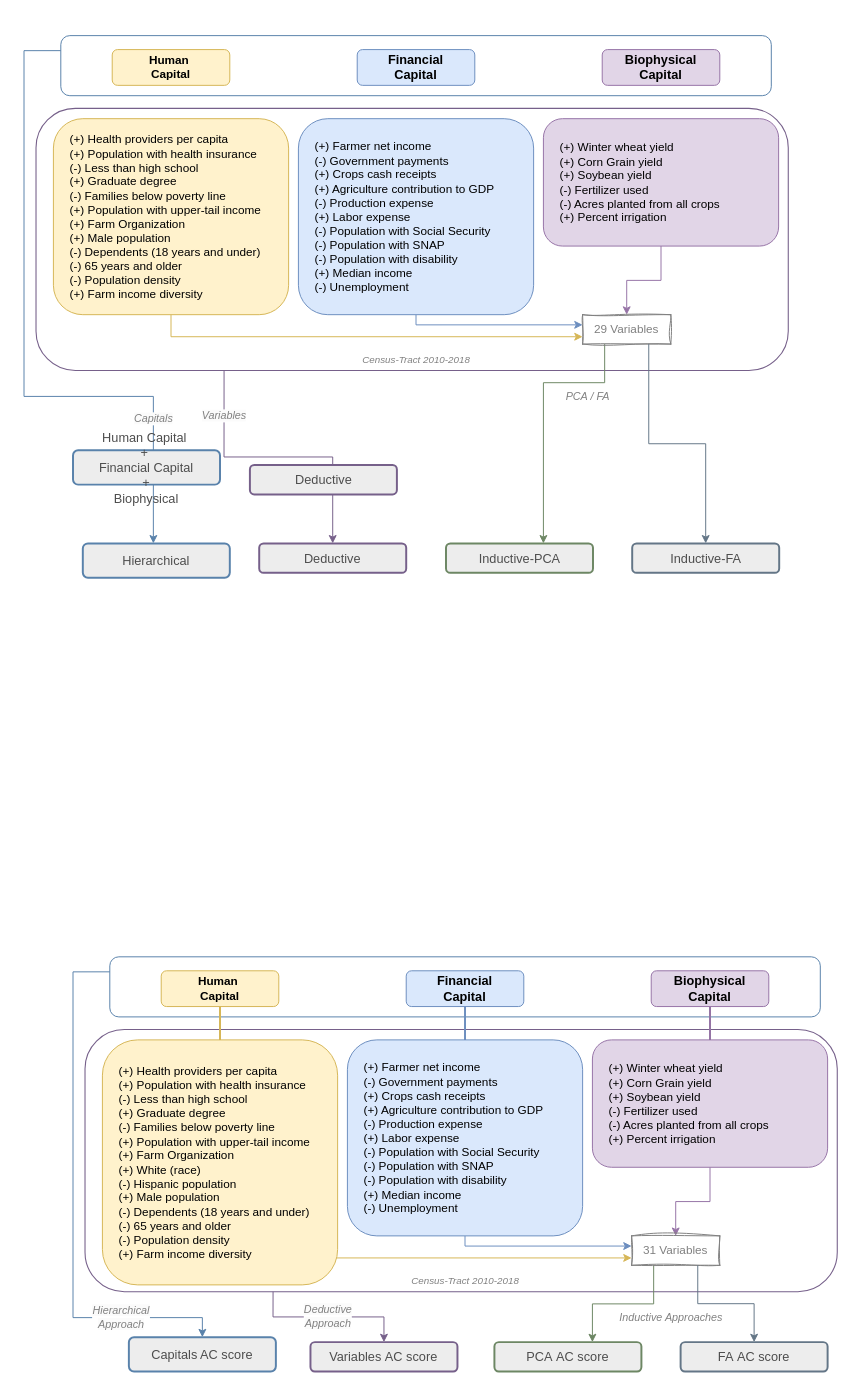
dealchre/gradDrawio keeps this draw.io diagram as ACIndicatorSelectionFrameworkSummer2024.drawio. Above is the earlier version. Source tidied: cells renumbered, new cells numbered last; positions are measured from the earlier drawing's top-left corner, leaving out a move shared by most shapes. Both pictures are drawn from the tidied source at 98%, with x=0, y=0 at pixel (24, -290).
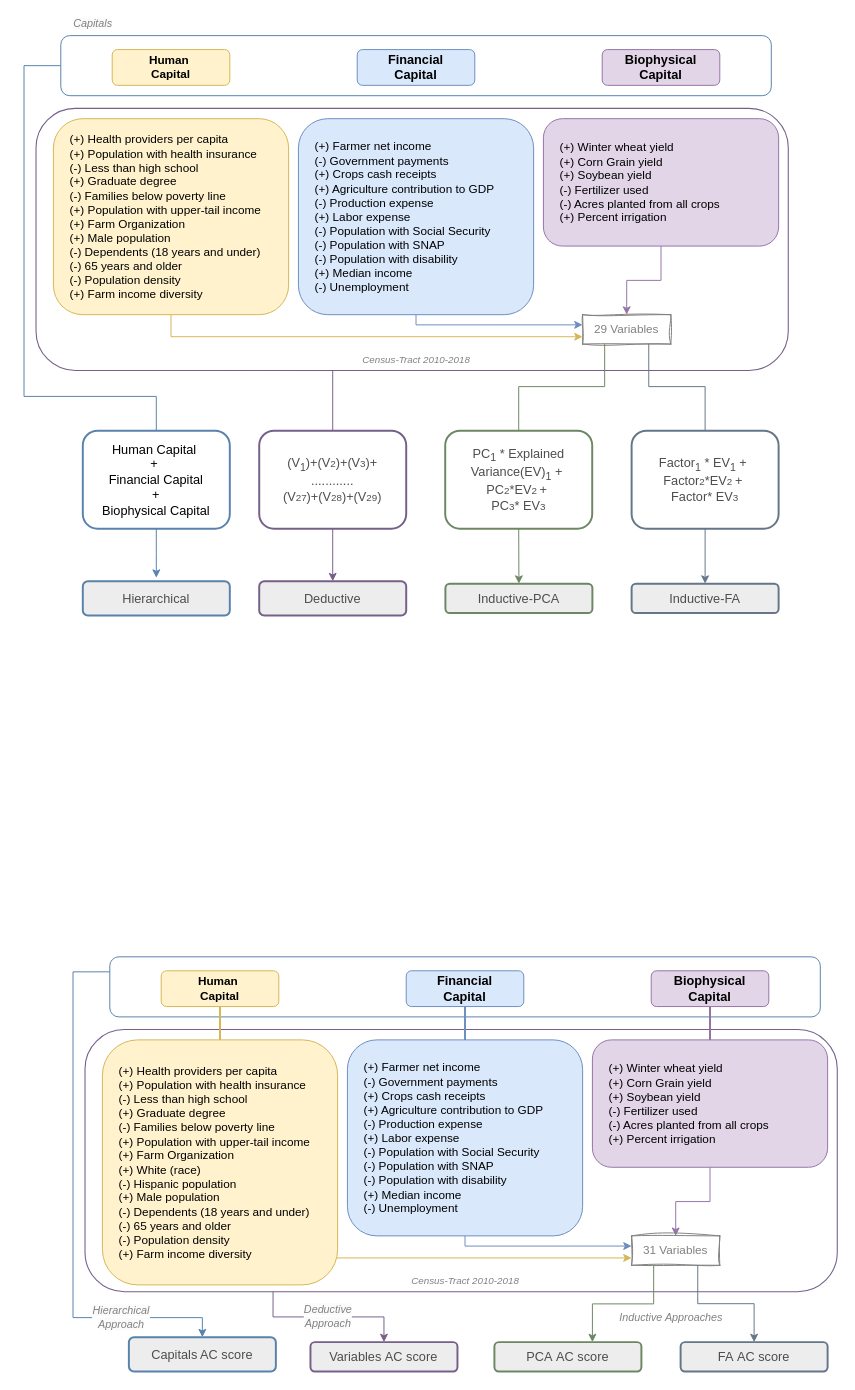
The same diagram, later.

The change refers to these unchanged cells:
```xml
<mxCell id="6" style="rounded=1;whiteSpace=wrap;html=1;fontSize=13;labelBorderColor=default;labelBackgroundColor=none;fillColor=none;strokeColor=#76608A;rotation=90;fontColor=#333333;strokeWidth=1.1;" parent="1" vertex="1">
  <mxGeometry x="262.3" y="156" width="267.5" height="767.6" as="geometry" />
</mxCell>
<mxCell id="12" style="rounded=1;whiteSpace=wrap;html=1;labelBackgroundColor=none;labelBorderColor=default;strokeColor=#5982AB;fontSize=13;fillColor=none;gradientColor=default;rotation=90;" parent="1" vertex="1">
  <mxGeometry x="369.4" width="61.3" height="725" as="geometry" />
</mxCell>
<mxCell id="19" value="&lt;font color=&quot;#808080&quot;&gt;29 Variables&lt;/font&gt;" style="text;html=1;strokeColor=#808080;fillColor=none;align=center;verticalAlign=middle;whiteSpace=wrap;rounded=0;glass=0;sketch=1;curveFitting=1;jiggle=2;shadow=0;" parent="1" vertex="1">
  <mxGeometry x="570" y="616.6" width="90" height="30" as="geometry" />
</mxCell>
```

The edit, as a diff of the source:
```diff
@@
     <mxCell id="2" value="&lt;font style=&quot;font-size: 13px;&quot;&gt;Hierarchical&lt;/font&gt;" style="text;html=1;strokeColor=#5982AB;fillColor=#EDEDED;align=center;verticalAlign=middle;whiteSpace=wrap;rounded=1;fontSize=12;fontColor=#4D4D4D;fontFamily=Helvetica;labelBorderColor=none;labelBackgroundColor=none;strokeWidth=2;" parent="1" vertex="1">
-      <mxGeometry x="60" y="850" width="150" height="35" as="geometry" />
+      <mxGeometry x="60" y="888.6" width="150" height="35" as="geometry" />
     </mxCell>
     <mxCell id="3" value="&lt;span style=&quot;font-size: 13px;&quot;&gt;Inductive-PCA&lt;/span&gt;" style="text;html=1;strokeColor=#6D8764;fillColor=#EDEDED;align=center;verticalAlign=middle;whiteSpace=wrap;rounded=1;glass=0;shadow=0;fontColor=#4D4D4D;strokeWidth=2;" parent="1" vertex="1">
-      <mxGeometry x="430.6" y="850" width="150" height="30" as="geometry" />
+      <mxGeometry x="430" y="891.1" width="150" height="30" as="geometry" />
     </mxCell>
     <mxCell id="4" value="&lt;span style=&quot;font-size: 13px;&quot;&gt;Inductive-FA&lt;/span&gt;" style="text;html=1;strokeColor=#647687;fillColor=#EDEDED;align=center;verticalAlign=middle;whiteSpace=wrap;rounded=1;glass=0;shadow=0;fontColor=#4D4D4D;strokeWidth=2;" parent="1" vertex="1">
-      <mxGeometry x="620.6" y="850" width="150" height="30" as="geometry" />
+      <mxGeometry x="620" y="891.1" width="150" height="30" as="geometry" />
     </mxCell>
-    <mxCell id="5" value="&lt;span style=&quot;font-family: Helvetica; font-variant-ligatures: normal; font-variant-caps: normal; font-weight: 400; letter-spacing: normal; orphans: 2; text-align: center; text-indent: 0px; text-transform: none; widows: 2; word-spacing: 0px; -webkit-text-stroke-width: 0px; white-space: normal; background-color: rgb(251, 251, 251); text-decoration-thickness: initial; text-decoration-style: initial; text-decoration-color: initial; float: none; display: inline !important;&quot;&gt;&lt;font style=&quot;font-size: 11px;&quot;&gt;&lt;i&gt;Variables&lt;/i&gt;&lt;/font&gt;&lt;/span&gt;" style="edgeStyle=orthogonalEdgeStyle;rounded=0;jettySize=auto;html=1;exitX=1;exitY=0.75;exitDx=0;exitDy=0;entryX=0.5;entryY=0;entryDx=0;entryDy=0;strokeColor=#76608A;fontColor=#808080;" parent="1" edge="1" source="6" target="21">
-      <mxGeometry x="-0.68" relative="1" as="geometry" />
+    <mxCell id="5" style="edgeStyle=orthogonalEdgeStyle;rounded=0;jettySize=auto;html=1;exitX=1;exitY=0.75;exitDx=0;exitDy=0;entryX=0.5;entryY=0;entryDx=0;entryDy=0;strokeColor=#76608A;fontColor=#808080;endArrow=none;endFill=0;" parent="1" edge="1" source="6" target="48">
+      <mxGeometry x="-1" y="-49" relative="1" as="geometry">
+        <Array as="points">
+          <mxPoint x="315" y="674" />
+        </Array>
+        <mxPoint x="-14" y="-3" as="offset" />
+      </mxGeometry>
     </mxCell>
@@
-    <mxCell id="11" value="&lt;i style=&quot;forced-color-adjust: none; font-family: Helvetica; font-variant-ligatures: normal; font-variant-caps: normal; font-weight: 400; letter-spacing: normal; orphans: 2; text-align: center; text-indent: 0px; text-transform: none; widows: 2; word-spacing: 0px; -webkit-text-stroke-width: 0px; white-space: normal; background-color: rgb(251, 251, 251); text-decoration-thickness: initial; text-decoration-style: initial; text-decoration-color: initial;&quot;&gt;Capitals&lt;/i&gt;" style="edgeStyle=orthogonalEdgeStyle;rounded=0;jettySize=auto;html=1;exitX=0.25;exitY=1;exitDx=0;exitDy=0;strokeColor=#5982AB;fontColor=#808080;" parent="1" edge="1" source="12" target="2">
-      <mxGeometry x="0.62" relative="1" as="geometry">
+    <mxCell id="11" value="&lt;i style=&quot;forced-color-adjust: none; font-family: Helvetica; font-variant-ligatures: normal; font-variant-caps: normal; font-weight: 400; letter-spacing: normal; orphans: 2; text-align: center; text-indent: 0px; text-transform: none; widows: 2; word-spacing: 0px; -webkit-text-stroke-width: 0px; white-space: normal; background-color: rgb(251, 251, 251); text-decoration-thickness: initial; text-decoration-style: initial; text-decoration-color: initial;&quot;&gt;Capitals&lt;/i&gt;" style="edgeStyle=orthogonalEdgeStyle;rounded=0;jettySize=auto;html=1;exitX=0.5;exitY=1;exitDx=0;exitDy=0;strokeColor=#5982AB;fontColor=#808080;entryX=0.5;entryY=0;entryDx=0;entryDy=0;endArrow=none;endFill=0;" parent="1" edge="1" source="12" target="47">
+      <mxGeometry x="-1" y="-54" relative="1" as="geometry">
         <Array as="points">
-          <mxPoint y="347" />
+          <mxPoint y="363" />
           <mxPoint y="700" />
-          <mxPoint x="132" y="700" />
+          <mxPoint x="135" y="700" />
         </Array>
+        <mxPoint x="32" y="11" as="offset" />
       </mxGeometry>
     </mxCell>
@@
-    <mxCell id="18" value="&lt;i&gt;PCA / FA&lt;/i&gt;" style="edgeStyle=orthogonalEdgeStyle;rounded=0;jettySize=auto;html=1;exitX=0.25;exitY=1;exitDx=0;exitDy=0;fontColor=#808080;strokeColor=#6D8764;" parent="1" edge="1" source="19" target="3">
+    <mxCell id="18" style="edgeStyle=orthogonalEdgeStyle;rounded=0;jettySize=auto;html=1;exitX=0.25;exitY=1;exitDx=0;exitDy=0;fontColor=#808080;strokeColor=#6D8764;entryX=0.5;entryY=0;entryDx=0;entryDy=0;endArrow=none;endFill=0;" parent="1" edge="1" source="19" target="51">
       <mxGeometry x="-0.44" y="22" relative="1" as="geometry">
         <Array as="points">
-          <mxPoint x="593" y="686" />
-          <mxPoint x="530" y="686" />
+          <mxPoint x="593" y="690" />
+          <mxPoint x="505" y="690" />
         </Array>
         <mxPoint x="17" y="-8" as="offset" />
       </mxGeometry>
     </mxCell>
@@
     <mxCell id="21" value="&lt;font style=&quot;font-size: 13px;&quot;&gt;Deductive&lt;/font&gt;" style="text;html=1;strokeColor=#76608A;fillColor=#EDEDED;align=center;verticalAlign=middle;whiteSpace=wrap;rounded=1;fontSize=12;fontColor=#4D4D4D;strokeWidth=2;labelBorderColor=none;labelBackgroundColor=none;" parent="1" vertex="1">
-      <mxGeometry x="240" y="850" width="150" height="30" as="geometry" />
+      <mxGeometry x="240" y="888.6" width="150" height="35" as="geometry" />
     </mxCell>
-    <mxCell id="22" style="edgeStyle=orthogonalEdgeStyle;rounded=0;jettySize=auto;html=1;exitX=0.75;exitY=1;exitDx=0;exitDy=0;entryX=0.5;entryY=0;entryDx=0;entryDy=0;strokeColor=#647687;" parent="1" edge="1" source="19" target="4">
-      <mxGeometry relative="1" as="geometry" />
+    <mxCell id="22" style="edgeStyle=orthogonalEdgeStyle;rounded=0;jettySize=auto;html=1;exitX=0.75;exitY=1;exitDx=0;exitDy=0;strokeColor=#647687;" parent="1" edge="1" source="19">
+      <mxGeometry relative="1" as="geometry">
+        <mxPoint x="695" y="786" as="targetPoint" />
+        <Array as="points">
+          <mxPoint x="637" y="690" />
+          <mxPoint x="695" y="690" />
+        </Array>
+      </mxGeometry>
     </mxCell>
@@
+    <mxCell id="49" style="edgeStyle=orthogonalEdgeStyle;rounded=0;jettySize=auto;html=1;exitX=0.5;exitY=1;exitDx=0;exitDy=0;strokeColor=light-dark(#5982ad, #ededed);" parent="1" edge="1" source="47">
+      <mxGeometry relative="1" as="geometry">
+        <mxPoint x="135" y="885" as="targetPoint" />
+      </mxGeometry>
+    </mxCell>
-    <mxCell id="47" value="&lt;font style=&quot;font-size: 13px;&quot;&gt;Human Capital&amp;nbsp;&lt;/font&gt;&lt;div&gt;&lt;font style=&quot;font-size: 13px;&quot;&gt;+&amp;nbsp;&lt;/font&gt;&lt;/div&gt;&lt;div&gt;&lt;font style=&quot;font-size: 13px;&quot;&gt;Financial Capital&lt;/font&gt;&lt;/div&gt;&lt;div&gt;&lt;font style=&quot;font-size: 13px;&quot;&gt;+&lt;/font&gt;&lt;/div&gt;&lt;div&gt;&lt;font style=&quot;font-size: 13px;&quot;&gt;Biophysical&lt;/font&gt;&lt;/div&gt;" style="text;html=1;strokeColor=#5982AB;fillColor=#EDEDED;align=center;verticalAlign=middle;whiteSpace=wrap;rounded=1;fontSize=12;fontColor=#4D4D4D;fontFamily=Helvetica;labelBorderColor=none;labelBackgroundColor=none;strokeWidth=2;" parent="1" vertex="1">
-      <mxGeometry x="50" y="755" width="150" height="35" as="geometry" />
+    <mxCell id="47" value="&lt;font style=&quot;font-size: 13px;&quot;&gt;Human Capital&amp;nbsp;&lt;/font&gt;&lt;div&gt;&lt;font style=&quot;font-size: 13px;&quot;&gt;+&amp;nbsp;&lt;/font&gt;&lt;/div&gt;&lt;div&gt;&lt;font style=&quot;font-size: 13px;&quot;&gt;Financial Capital&lt;/font&gt;&lt;/div&gt;&lt;div&gt;&lt;font style=&quot;font-size: 13px;&quot;&gt;+&lt;/font&gt;&lt;/div&gt;&lt;div&gt;&lt;font style=&quot;font-size: 13px;&quot;&gt;Biophysical Capital&lt;/font&gt;&lt;/div&gt;" style="text;html=1;strokeColor=light-dark(#5982ac, #6d5100);fillColor=#FFFFFF;align=center;verticalAlign=middle;whiteSpace=wrap;rounded=1;fontSize=12;fontFamily=Helvetica;labelBorderColor=none;labelBackgroundColor=none;strokeWidth=2;" parent="1" vertex="1">
+      <mxGeometry x="60" y="735" width="150" height="100" as="geometry" />
     </mxCell>
-    <mxCell id="48" value="&lt;font style=&quot;font-size: 13px;&quot;&gt;Deductive&lt;/font&gt;" style="text;html=1;strokeColor=#76608A;fillColor=#EDEDED;align=center;verticalAlign=middle;whiteSpace=wrap;rounded=1;fontSize=12;fontColor=#4D4D4D;strokeWidth=2;labelBorderColor=none;labelBackgroundColor=none;" parent="1" vertex="1">
-      <mxGeometry x="230.5" y="770" width="150" height="30" as="geometry" />
+    <mxCell id="48" value="&lt;font style=&quot;font-size: 13px;&quot;&gt;(V&lt;sub&gt;1&lt;/sub&gt;)+&lt;/font&gt;&lt;span style=&quot;font-size: 13px;&quot;&gt;(V&lt;/span&gt;&lt;span style=&quot;font-size: 10px;&quot;&gt;2&lt;/span&gt;&lt;span style=&quot;font-size: 13px;&quot;&gt;)+&lt;/span&gt;&lt;span style=&quot;font-size: 13px;&quot;&gt;(V&lt;/span&gt;&lt;span style=&quot;font-size: 10px;&quot;&gt;3&lt;/span&gt;&lt;span style=&quot;font-size: 13px;&quot;&gt;)&lt;/span&gt;&lt;span style=&quot;font-size: 13px; background-color: transparent; color: light-dark(rgb(77, 77, 77), rgb(171, 171, 171));&quot;&gt;+&lt;/span&gt;&lt;div&gt;&lt;div&gt;&lt;span style=&quot;font-size: 13px;&quot;&gt;............&lt;/span&gt;&lt;/div&gt;&lt;div&gt;&lt;span style=&quot;background-color: transparent; color: light-dark(rgb(77, 77, 77), rgb(171, 171, 171)); font-size: 13px;&quot;&gt;(V&lt;/span&gt;&lt;span style=&quot;background-color: transparent; color: light-dark(rgb(77, 77, 77), rgb(171, 171, 171)); font-size: 10px;&quot;&gt;27&lt;/span&gt;&lt;span style=&quot;background-color: transparent; color: light-dark(rgb(77, 77, 77), rgb(171, 171, 171)); font-size: 13px;&quot;&gt;)+&lt;/span&gt;&lt;span style=&quot;background-color: transparent; color: light-dark(rgb(77, 77, 77), rgb(171, 171, 171)); font-size: 13px;&quot;&gt;(V&lt;/span&gt;&lt;span style=&quot;background-color: transparent; color: light-dark(rgb(77, 77, 77), rgb(171, 171, 171)); font-size: 10px;&quot;&gt;28&lt;/span&gt;&lt;span style=&quot;background-color: transparent; color: light-dark(rgb(77, 77, 77), rgb(171, 171, 171)); font-size: 13px;&quot;&gt;)+&lt;/span&gt;&lt;span style=&quot;background-color: transparent; color: light-dark(rgb(77, 77, 77), rgb(171, 171, 171)); font-size: 13px;&quot;&gt;(V&lt;/span&gt;&lt;span style=&quot;background-color: transparent; color: light-dark(rgb(77, 77, 77), rgb(171, 171, 171)); font-size: 10px;&quot;&gt;29&lt;/span&gt;&lt;span style=&quot;background-color: transparent; color: light-dark(rgb(77, 77, 77), rgb(171, 171, 171)); font-size: 13px;&quot;&gt;)&lt;/span&gt;&lt;/div&gt;&lt;/div&gt;" style="text;html=1;strokeColor=#76608A;fillColor=#FFFFFF;align=center;verticalAlign=middle;whiteSpace=wrap;rounded=1;fontSize=12;fontColor=#4D4D4D;strokeWidth=2;labelBorderColor=none;labelBackgroundColor=none;" parent="1" vertex="1">
+      <mxGeometry x="240" y="735" width="150" height="100" as="geometry" />
     </mxCell>
+    <mxCell id="50" style="edgeStyle=orthogonalEdgeStyle;rounded=0;jettySize=auto;html=1;strokeColor=#76608A;fontColor=#808080;exitX=0.5;exitY=1;exitDx=0;exitDy=0;entryX=0.5;entryY=0;entryDx=0;entryDy=0;" parent="1" edge="1" source="48" target="21">
+      <mxGeometry x="-0.68" relative="1" as="geometry" />
+    </mxCell>
+    <mxCell id="51" value="&lt;span style=&quot;font-size: 13px;&quot;&gt;PC&lt;sub&gt;1&lt;/sub&gt; * Explained Variance(EV)&lt;sub&gt;1&lt;/sub&gt; +&amp;nbsp;&lt;/span&gt;&lt;div&gt;&lt;span style=&quot;font-size: 13px;&quot;&gt;PC&lt;/span&gt;&lt;span style=&quot;font-size: 10px;&quot;&gt;2&lt;/span&gt;&lt;span style=&quot;font-size: 13px;&quot;&gt;*EV&lt;/span&gt;&lt;span style=&quot;font-size: 10px;&quot;&gt;2&amp;nbsp;&lt;/span&gt;&lt;span style=&quot;font-size: 13px;&quot;&gt;+&amp;nbsp;&lt;br&gt;&lt;/span&gt;&lt;span style=&quot;font-size: 13px;&quot;&gt;PC&lt;/span&gt;&lt;span style=&quot;font-size: 10px;&quot;&gt;3&lt;/span&gt;&lt;span style=&quot;font-size: 13px;&quot;&gt;* EV&lt;/span&gt;&lt;span style=&quot;font-size: 10px;&quot;&gt;3&lt;/span&gt;&lt;/div&gt;" style="text;html=1;strokeColor=#6D8764;fillColor=#FFFFFF;align=center;verticalAlign=middle;whiteSpace=wrap;rounded=1;glass=0;shadow=0;fontColor=#4D4D4D;strokeWidth=2;gradientColor=none;" parent="1" vertex="1">
+      <mxGeometry x="429.8" y="735" width="150" height="100" as="geometry" />
+    </mxCell>
+    <mxCell id="52" style="edgeStyle=orthogonalEdgeStyle;rounded=0;jettySize=auto;html=1;exitX=0.5;exitY=1;exitDx=0;exitDy=0;fontColor=#808080;strokeColor=#6D8764;entryX=0.5;entryY=0;entryDx=0;entryDy=0;" parent="1" edge="1" source="51" target="3">
+      <mxGeometry x="-0.44" y="22" relative="1" as="geometry">
+        <Array as="points">
+          <mxPoint x="505" y="835" />
+          <mxPoint x="505" y="835" />
+        </Array>
+        <mxPoint x="17" y="-8" as="offset" />
+      </mxGeometry>
+    </mxCell>
+    <mxCell id="53" value="&lt;span style=&quot;font-size: 13px;&quot;&gt;Factor&lt;sub&gt;1&lt;/sub&gt;&amp;nbsp;* EV&lt;sub&gt;1&lt;/sub&gt;&amp;nbsp;+&amp;nbsp;&lt;/span&gt;&lt;div&gt;&lt;span style=&quot;font-size: 13px;&quot;&gt;Factor&lt;/span&gt;&lt;span style=&quot;font-size: 10px;&quot;&gt;2&lt;/span&gt;&lt;span style=&quot;font-size: 13px;&quot;&gt;*EV&lt;/span&gt;&lt;span style=&quot;font-size: 10px;&quot;&gt;2&amp;nbsp;&lt;/span&gt;&lt;span style=&quot;font-size: 13px;&quot;&gt;+&amp;nbsp;&lt;br&gt;&lt;/span&gt;&lt;span style=&quot;font-size: 13px;&quot;&gt;Factor* EV&lt;/span&gt;&lt;span style=&quot;font-size: 10px;&quot;&gt;3&lt;/span&gt;&lt;/div&gt;" style="text;html=1;strokeColor=#647687;fillColor=#FFFFFF;align=center;verticalAlign=middle;whiteSpace=wrap;rounded=1;glass=0;shadow=0;fontColor=#4D4D4D;strokeWidth=2;" parent="1" vertex="1">
+      <mxGeometry x="620" y="735" width="150" height="100" as="geometry" />
+    </mxCell>
+    <mxCell id="54" style="edgeStyle=orthogonalEdgeStyle;rounded=0;jettySize=auto;html=1;exitX=0.5;exitY=1;exitDx=0;exitDy=0;strokeColor=#647687;" parent="1" edge="1" source="53" target="4">
+      <mxGeometry relative="1" as="geometry" />
+    </mxCell>
```
